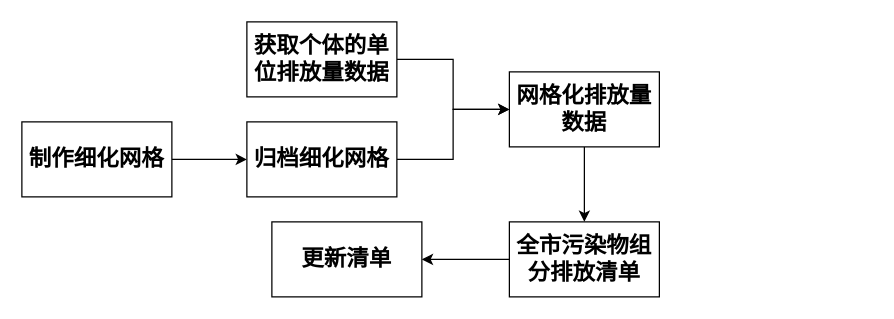
Earlier version of the draw.io diagram 船舶排放清单.drawio (WienWong/Misc). Source tidied: cells renumbered, new cells numbered last; positions are measured from the earlier drawing's top-left corner, leaving out a move shared by most shapes. Both pictures are drawn from the tidied source at 125%, with x=0, y=0 at pixel (21, 21).
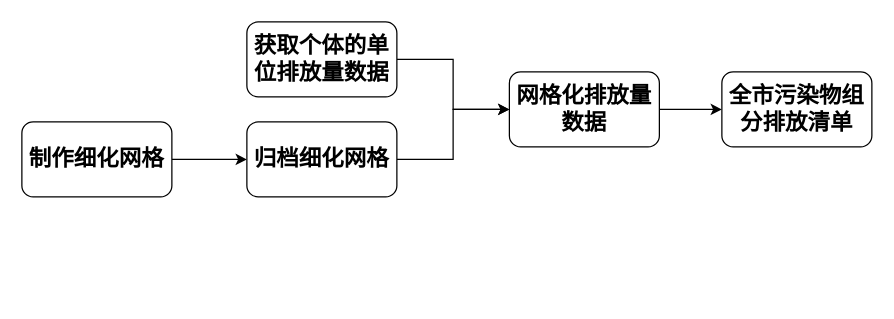
Above is the later version.

Commit message:
Update 总体排放源清单流程.drawio

Diff of the diagram source:
```diff
@@
 <mxGraphModel>
   <root>
     <mxCell id="0" />
     <mxCell id="1" parent="0" />
     <mxCell id="2" style="edgeStyle=orthogonalEdgeStyle;rounded=0;jettySize=auto;html=1;exitX=1;exitY=0.5;exitDx=0;exitDy=0;entryX=0;entryY=0.5;entryDx=0;entryDy=0;" parent="1" edge="1" source="3" target="5">
       <mxGeometry relative="1" as="geometry" />
     </mxCell>
-    <mxCell id="3" value="&lt;b&gt;&lt;font style=&quot;font-size: 18px&quot;&gt;制作细化网格&lt;/font&gt;&lt;/b&gt;" style="rounded=0;whiteSpace=wrap;html=1;" parent="1" vertex="1">
+    <mxCell id="3" value="&lt;b&gt;&lt;font style=&quot;font-size: 18px&quot;&gt;制作细化网格&lt;/font&gt;&lt;/b&gt;" style="rounded=1;whiteSpace=wrap;html=1;" parent="1" vertex="1">
       <mxGeometry y="80" width="120" height="60" as="geometry" />
     </mxCell>
     <mxCell id="4" style="edgeStyle=orthogonalEdgeStyle;rounded=0;jettySize=auto;html=1;exitX=1;exitY=0.5;exitDx=0;exitDy=0;entryX=0;entryY=0.5;entryDx=0;entryDy=0;" parent="1" edge="1" source="5" target="9">
       <mxGeometry relative="1" as="geometry" />
     </mxCell>
-    <mxCell id="5" value="&lt;b&gt;&lt;font style=&quot;font-size: 18px&quot;&gt;归档细化网格&lt;/font&gt;&lt;/b&gt;" style="rounded=0;whiteSpace=wrap;html=1;" parent="1" vertex="1">
+    <mxCell id="5" value="&lt;b&gt;&lt;font style=&quot;font-size: 18px&quot;&gt;归档细化网格&lt;/font&gt;&lt;/b&gt;" style="rounded=1;whiteSpace=wrap;html=1;" parent="1" vertex="1">
       <mxGeometry x="180" y="80" width="120" height="60" as="geometry" />
     </mxCell>
     <mxCell id="6" style="edgeStyle=orthogonalEdgeStyle;rounded=0;jettySize=auto;html=1;exitX=1;exitY=0.5;exitDx=0;exitDy=0;entryX=0;entryY=0.5;entryDx=0;entryDy=0;" parent="1" edge="1" source="7" target="9">
       <mxGeometry relative="1" as="geometry" />
     </mxCell>
-    <mxCell id="7" value="&lt;b&gt;&lt;font style=&quot;font-size: 18px&quot;&gt;获取个体的单位排放量数据&lt;/font&gt;&lt;/b&gt;" style="rounded=0;whiteSpace=wrap;html=1;" parent="1" vertex="1">
+    <mxCell id="7" value="&lt;b&gt;&lt;font style=&quot;font-size: 18px&quot;&gt;获取个体的单位排放量数据&lt;/font&gt;&lt;/b&gt;" style="rounded=1;whiteSpace=wrap;html=1;" parent="1" vertex="1">
       <mxGeometry x="180" width="120" height="60" as="geometry" />
     </mxCell>
-    <mxCell id="8" style="edgeStyle=orthogonalEdgeStyle;rounded=0;jettySize=auto;html=1;exitX=0.5;exitY=1;exitDx=0;exitDy=0;" parent="1" edge="1" source="9" target="11">
+    <mxCell id="8" style="edgeStyle=orthogonalEdgeStyle;rounded=0;jettySize=auto;html=1;exitX=1;exitY=0.5;exitDx=0;exitDy=0;entryX=0;entryY=0.5;entryDx=0;entryDy=0;" parent="1" edge="1" source="9" target="11">
       <mxGeometry relative="1" as="geometry" />
     </mxCell>
-    <mxCell id="9" value="&lt;b&gt;&lt;font style=&quot;font-size: 18px&quot;&gt;网格化排放量数据&lt;/font&gt;&lt;/b&gt;" style="rounded=0;whiteSpace=wrap;html=1;" parent="1" vertex="1">
+    <mxCell id="9" value="&lt;b&gt;&lt;font style=&quot;font-size: 18px&quot;&gt;网格化排放量数据&lt;/font&gt;&lt;/b&gt;" style="rounded=1;whiteSpace=wrap;html=1;" parent="1" vertex="1">
       <mxGeometry x="390" y="40" width="120" height="60" as="geometry" />
     </mxCell>
-    <mxCell id="10" style="edgeStyle=orthogonalEdgeStyle;rounded=0;jettySize=auto;html=1;exitX=0;exitY=0.5;exitDx=0;exitDy=0;" parent="1" edge="1" source="11" target="12">
-      <mxGeometry relative="1" as="geometry" />
-    </mxCell>
-    <mxCell id="11" value="&lt;b&gt;&lt;font style=&quot;font-size: 18px&quot;&gt;全市污染物组分排放清单&lt;/font&gt;&lt;/b&gt;" style="rounded=0;whiteSpace=wrap;html=1;" parent="1" vertex="1">
-      <mxGeometry x="390" y="160" width="120" height="60" as="geometry" />
+    <mxCell id="11" value="&lt;b&gt;&lt;font style=&quot;font-size: 18px&quot;&gt;全市污染物组分排放清单&lt;/font&gt;&lt;/b&gt;" style="rounded=1;whiteSpace=wrap;html=1;" parent="1" vertex="1">
+      <mxGeometry x="560" y="40" width="120" height="60" as="geometry" />
     </mxCell>
-    <mxCell id="12" value="&lt;b&gt;&lt;font style=&quot;font-size: 18px&quot;&gt;更新清单&lt;/font&gt;&lt;/b&gt;" style="rounded=0;whiteSpace=wrap;html=1;" parent="1" vertex="1">
-      <mxGeometry x="200" y="160" width="120" height="60" as="geometry" />
-    </mxCell>
   </root>
 </mxGraphModel>
```
